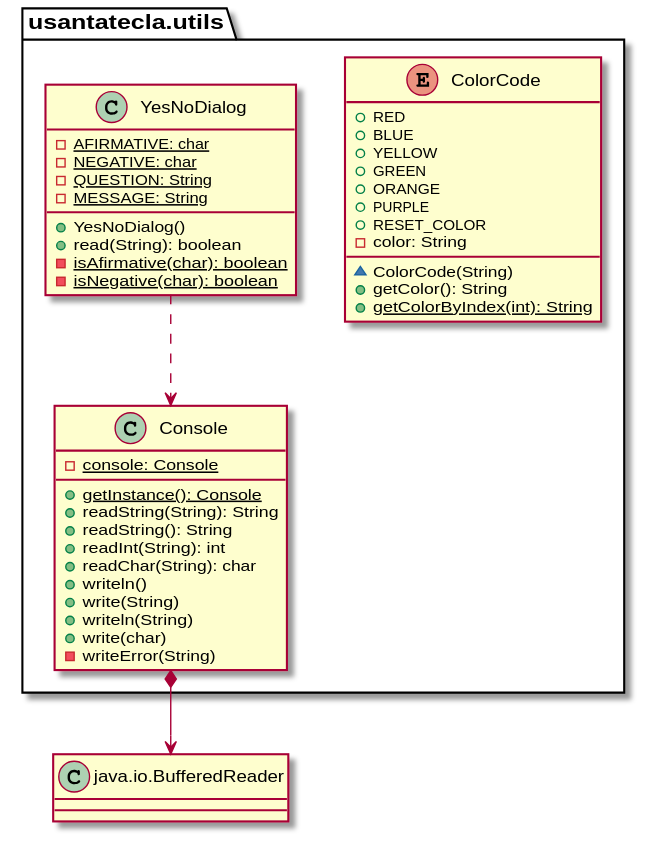
This is modelViewPresenter/presentationModel/withFacade/docs/diagrams/out/paquetes/usantatecla.utils.svg from SantaTecla-mastermind/solution.java.swing.socket.sql, a PlantUML export, as it was before one commit. Source of this version:
```plantuml
@startuml
class BufferedReader as "java.io.BufferedReader"{}

enum usantatecla.utils.ColorCode{
+ RED
+ BLUE
+ YELLOW
+ GREEN
+ ORANGE
+ PURPLE
+ RESET_COLOR
- color: String
~ ColorCode(String)
+ getColor(): String
+ {static} getColorByIndex(int): String
}

class usantatecla.utils.Console{
- {static} console: Console
+ {static} getInstance(): Console
+ readString(String): String
+ readString(): String
+ readInt(String): int
+ readChar(String): char
+ writeln()
+ write(String)
+ writeln(String)
+ write(char)
- writeError(String)
}
usantatecla.utils.Console *-down-> BufferedReader

class  usantatecla.utils.YesNoDialog{
- {static} AFIRMATIVE: char
- {static} NEGATIVE: char
- {static} QUESTION: String
- {static} MESSAGE: String
+ YesNoDialog()
+ read(String): boolean
- {static} isAfirmative(char): boolean
- {static} isNegative(char): boolean
}
usantatecla.utils.YesNoDialog ..> usantatecla.utils.Console
@enduml
```
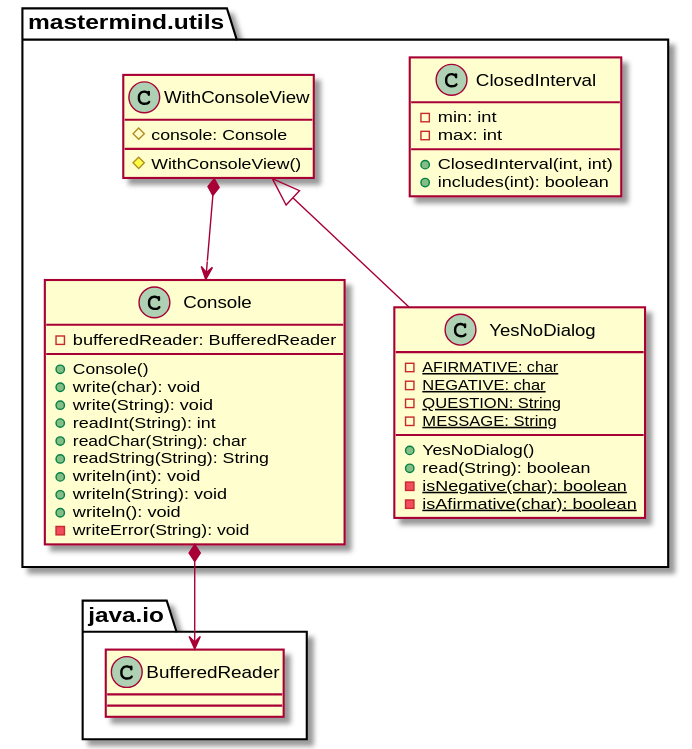
After the commit.

What changed in the source:
```diff
@@ -1,44 +1,41 @@
 @startuml
-class BufferedReader as "java.io.BufferedReader"{}
-
-enum usantatecla.utils.ColorCode{
-+ RED
-+ BLUE
-+ YELLOW
-+ GREEN
-+ ORANGE
-+ PURPLE
-+ RESET_COLOR
-- color: String
-~ ColorCode(String)
-+ getColor(): String
-+ {static} getColorByIndex(int): String
+class  mastermind.utils.ClosedInterval{
+- min: int
+- max: int
++ ClosedInterval(int, int)
++ includes(int): boolean
 }
 
-class usantatecla.utils.Console{
-- {static} console: Console
-+ {static} getInstance(): Console
-+ readString(String): String
-+ readString(): String
+class  mastermind.utils.Console{
+- bufferedReader: BufferedReader
++ Console()
++ write(char): void
++ write(String): void
 + readInt(String): int
 + readChar(String): char
-+ writeln()
-+ write(String)
-+ writeln(String)
-+ write(char)
-- writeError(String)
++ readString(String): String
++ writeln(int): void
++ writeln(String): void
++ writeln(): void
+- writeError(String): void
 }
-usantatecla.utils.Console *-down-> BufferedReader
+mastermind.utils.Console *-down-> java.io.BufferedReader
 
-class  usantatecla.utils.YesNoDialog{
+class  mastermind.utils.WithConsoleView{
+# console: Console
+# WithConsoleView()
+}
+mastermind.utils.WithConsoleView *-down-> mastermind.utils.Console
+
+class  mastermind.utils.YesNoDialog{
 - {static} AFIRMATIVE: char
 - {static} NEGATIVE: char
 - {static} QUESTION: String
 - {static} MESSAGE: String
 + YesNoDialog()
 + read(String): boolean
+- {static} isNegative(char): boolean
 - {static} isAfirmative(char): boolean
-- {static} isNegative(char): boolean
 }
-usantatecla.utils.YesNoDialog ..> usantatecla.utils.Console
+mastermind.utils.WithConsoleView <|-down- mastermind.utils.YesNoDialog
 @enduml
```
